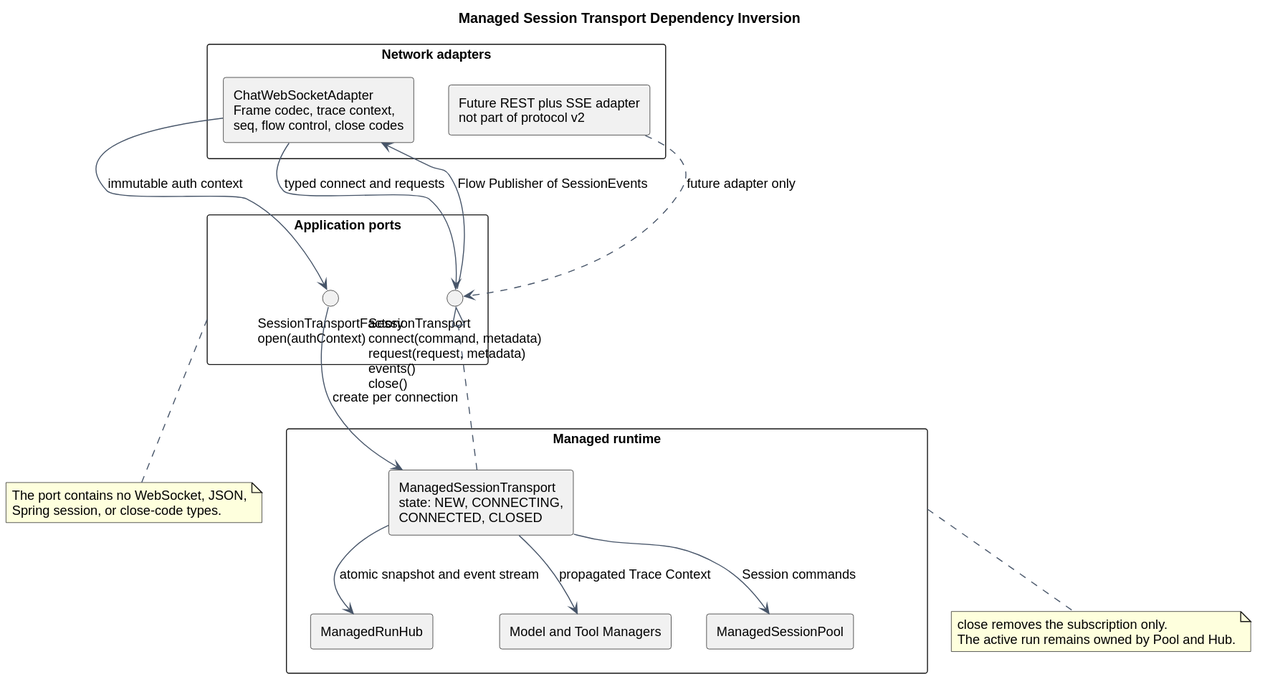
Earlier version of the PlantUML export pi-mono-java-manager-driven-multi-agent-runtime/managed_session_transport_dependency_inversion.svg (superheromeZzh/pi-mono-java-design).
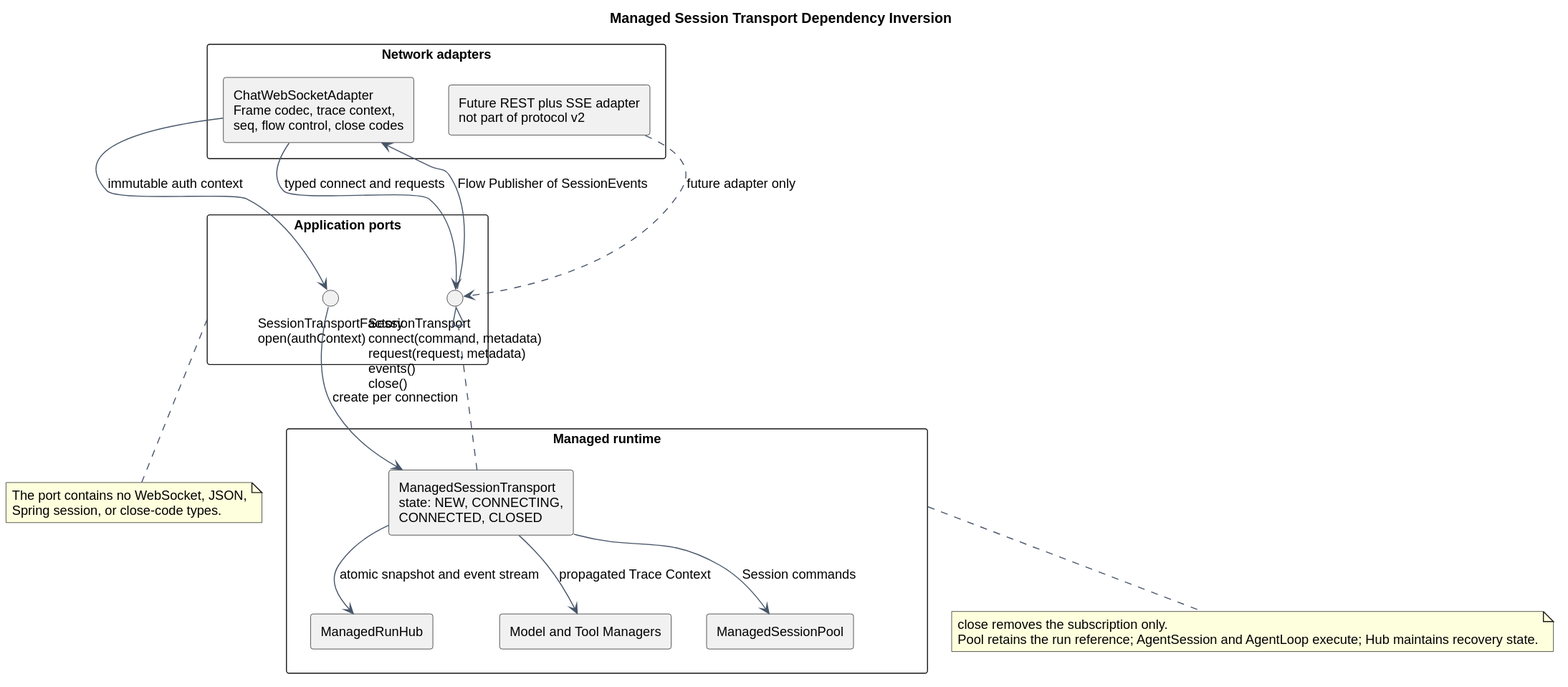
Above is the later version.

What changed in the source:
```diff
@@ -44,6 +44,6 @@
 
 note bottom of Runtime
 close removes the subscription only.
-The active run remains owned by Pool and Hub.
+Pool retains the run reference; AgentSession and AgentLoop execute; Hub maintains recovery state.
 end note
 @enduml
```
